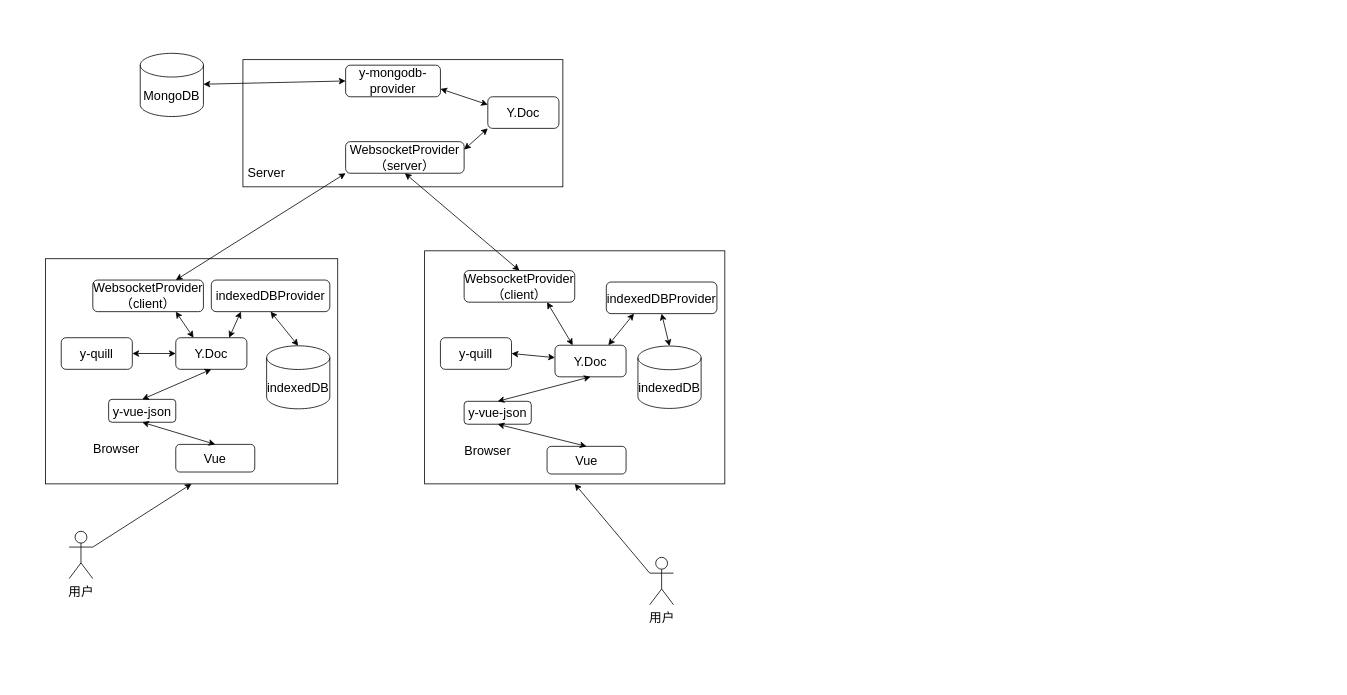
Before: 第四章/协同编辑概要设计.drawio in yuxinyu12345/diagrams, a draw.io diagram. Source tidied: cells renumbered, new cells numbered last; positions are measured from the earlier drawing's top-left corner, leaving out a move shared by most shapes. Both pictures are drawn from the tidied source at 79%, with x=0, y=0 at pixel (45, 53).
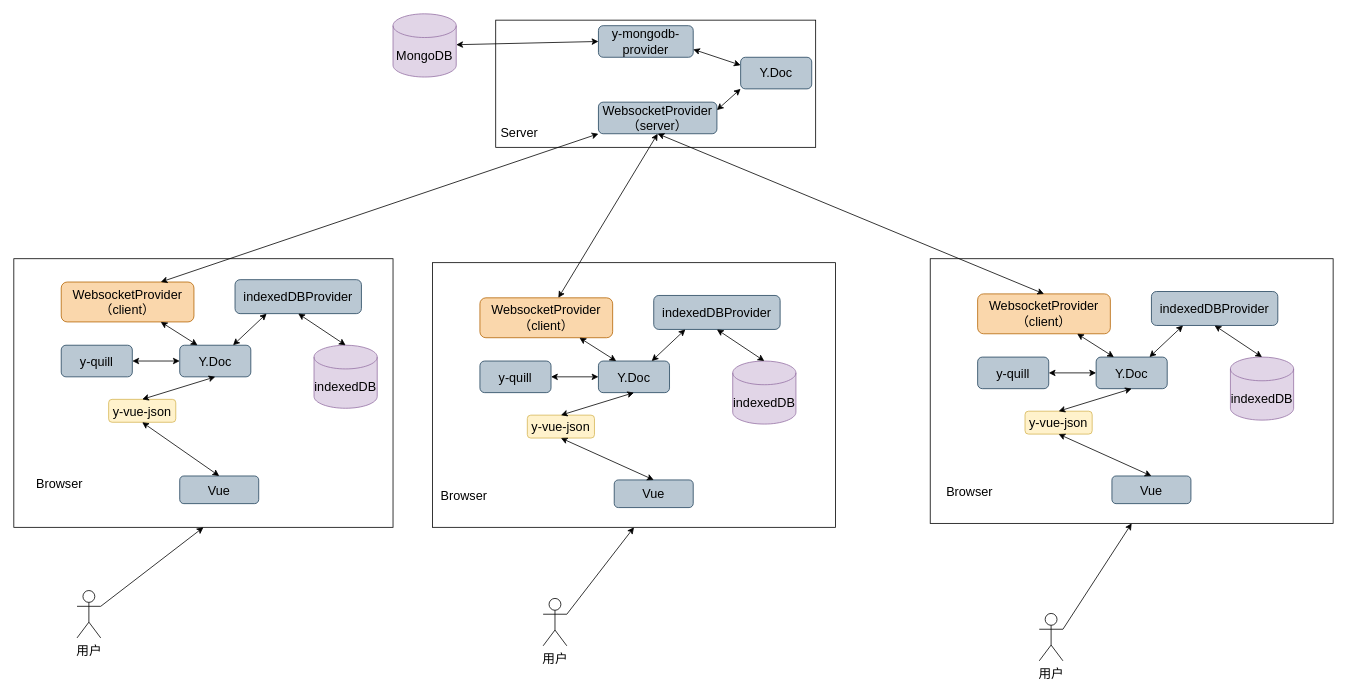
Above is the later version.

Commit message:
更新协同编辑概要设计.drawio

Diff of the diagram source:
```diff
@@
     <mxCell id="2" style="rounded=0;whiteSpace=wrap;html=1;fontSize=16;" parent="1" vertex="1">
-      <mxGeometry y="260" width="370" height="285" as="geometry" />
+      <mxGeometry x="-40" y="260" width="480" height="340" as="geometry" />
     </mxCell>
     <mxCell id="3" value="Browser" style="text;html=1;strokeColor=none;fillColor=none;align=center;verticalAlign=middle;whiteSpace=wrap;rounded=0;fontSize=16;" parent="1" vertex="1">
-      <mxGeometry x="60" y="485" width="60" height="30" as="geometry" />
+      <mxGeometry x="-12" y="530" width="60" height="30" as="geometry" />
     </mxCell>
     <mxCell id="4" value="用户" style="shape=umlActor;verticalLabelPosition=bottom;verticalAlign=top;html=1;outlineConnect=0;fontSize=16;" parent="1" vertex="1">
-      <mxGeometry x="30" y="605" width="30" height="60" as="geometry" />
+      <mxGeometry x="40" y="680" width="30" height="60" as="geometry" />
     </mxCell>
@@
-    <mxCell id="6" value="WebsocketProvider&lt;br style=&quot;font-size: 16px;&quot;&gt;（client）" style="rounded=1;whiteSpace=wrap;html=1;fontSize=16;" parent="1" vertex="1">
-      <mxGeometry x="60" y="287" width="140" height="40" as="geometry" />
+    <mxCell id="6" value="WebsocketProvider&lt;br style=&quot;font-size: 16px;&quot;&gt;（client）" style="rounded=1;whiteSpace=wrap;html=1;fontSize=16;fillColor=#fad7ac;strokeColor=#b46504;" parent="1" vertex="1">
+      <mxGeometry x="20" y="289.5" width="168" height="50.5" as="geometry" />
     </mxCell>
-    <mxCell id="7" value="Y.Doc" style="rounded=1;whiteSpace=wrap;html=1;fontSize=16;" parent="1" vertex="1">
-      <mxGeometry x="165" y="360" width="90" height="40" as="geometry" />
+    <mxCell id="7" value="Y.Doc" style="rounded=1;whiteSpace=wrap;html=1;fontSize=16;fillColor=#bac8d3;strokeColor=#23445d;" parent="1" vertex="1">
+      <mxGeometry x="170" y="369.5" width="90" height="40" as="geometry" />
     </mxCell>
-    <mxCell id="8" value="indexedDBProvider" style="rounded=1;whiteSpace=wrap;html=1;fontSize=16;" parent="1" vertex="1">
-      <mxGeometry x="210" y="287" width="150" height="40" as="geometry" />
+    <mxCell id="8" value="indexedDBProvider" style="rounded=1;whiteSpace=wrap;html=1;fontSize=16;fillColor=#bac8d3;strokeColor=#23445d;" parent="1" vertex="1">
+      <mxGeometry x="240" y="286.5" width="160" height="43" as="geometry" />
     </mxCell>
-    <mxCell id="9" value="indexedDB" style="shape=cylinder3;whiteSpace=wrap;html=1;boundedLbl=1;backgroundOutline=1;size=15;fontSize=16;" parent="1" vertex="1">
-      <mxGeometry x="280" y="370.2" width="80" height="79.8" as="geometry" />
+    <mxCell id="9" value="indexedDB" style="shape=cylinder3;whiteSpace=wrap;html=1;boundedLbl=1;backgroundOutline=1;size=15;fontSize=16;fillColor=#e1d5e7;strokeColor=#9673a6;" parent="1" vertex="1">
+      <mxGeometry x="340" y="369.5" width="80" height="79.8" as="geometry" />
     </mxCell>
@@
     <mxCell id="13" style="rounded=0;whiteSpace=wrap;html=1;fontSize=16;" parent="1" vertex="1">
-      <mxGeometry x="250" y="8" width="405" height="161" as="geometry" />
+      <mxGeometry x="570" y="-42" width="405" height="161" as="geometry" />
     </mxCell>
     <mxCell id="14" value="Server" style="text;html=1;strokeColor=none;fillColor=none;align=center;verticalAlign=middle;whiteSpace=wrap;rounded=0;fontSize=16;" parent="1" vertex="1">
-      <mxGeometry x="250" y="136.2" width="60" height="30" as="geometry" />
+      <mxGeometry x="570" y="86.2" width="60" height="30" as="geometry" />
     </mxCell>
-    <mxCell id="15" value="WebsocketProvider&lt;br style=&quot;border-color: var(--border-color); font-size: 16px;&quot;&gt;（server）" style="rounded=1;whiteSpace=wrap;html=1;fontSize=16;" parent="1" vertex="1">
-      <mxGeometry x="380" y="111.8" width="150" height="40" as="geometry" />
+    <mxCell id="15" value="WebsocketProvider&lt;br style=&quot;border-color: var(--border-color); font-size: 16px;&quot;&gt;（server）" style="rounded=1;whiteSpace=wrap;html=1;fontSize=16;fillColor=#bac8d3;strokeColor=#23445d;" parent="1" vertex="1">
+      <mxGeometry x="700" y="61.8" width="150" height="40" as="geometry" />
     </mxCell>
-    <mxCell id="16" value="Y.Doc" style="rounded=1;whiteSpace=wrap;html=1;fontSize=16;" parent="1" vertex="1">
-      <mxGeometry x="560" y="55" width="90" height="40" as="geometry" />
+    <mxCell id="16" value="Y.Doc" style="rounded=1;whiteSpace=wrap;html=1;fontSize=16;fillColor=#bac8d3;strokeColor=#23445d;" parent="1" vertex="1">
+      <mxGeometry x="880" y="5" width="90" height="40" as="geometry" />
     </mxCell>
-    <mxCell id="17" value="y-mongodb-provider" style="rounded=1;whiteSpace=wrap;html=1;fontSize=16;" parent="1" vertex="1">
-      <mxGeometry x="380" y="15" width="120" height="40" as="geometry" />
+    <mxCell id="17" value="y-mongodb-provider" style="rounded=1;whiteSpace=wrap;html=1;fontSize=16;fillColor=#bac8d3;strokeColor=#23445d;" parent="1" vertex="1">
+      <mxGeometry x="700" y="-35" width="120" height="40" as="geometry" />
     </mxCell>
@@
-    <mxCell id="21" style="rounded=0;whiteSpace=wrap;html=1;fontSize=16;" parent="1" vertex="1">
-      <mxGeometry x="480" y="250" width="380" height="295" as="geometry" />
-    </mxCell>
-    <mxCell id="22" style="endArrow=classic;startArrow=classic;html=1;rounded=0;exitX=0.5;exitY=0;exitDx=0;exitDy=0;entryX=0.5;entryY=1;entryDx=0;entryDy=0;fontSize=16;" parent="1" edge="1" source="32" target="15">
-      <mxGeometry relative="1" as="geometry" />
-    </mxCell>
-    <mxCell id="23" value="MongoDB" style="shape=cylinder3;whiteSpace=wrap;html=1;boundedLbl=1;backgroundOutline=1;size=15;fontSize=16;" parent="1" vertex="1">
-      <mxGeometry x="120" width="80" height="80" as="geometry" />
+    <mxCell id="23" value="MongoDB" style="shape=cylinder3;whiteSpace=wrap;html=1;boundedLbl=1;backgroundOutline=1;size=15;fontSize=16;fillColor=#e1d5e7;strokeColor=#9673a6;" parent="1" vertex="1">
+      <mxGeometry x="440" y="-50" width="80" height="80" as="geometry" />
     </mxCell>
@@
-    <mxCell id="25" value="Vue" style="rounded=1;whiteSpace=wrap;html=1;fontSize=16;" parent="1" vertex="1">
-      <mxGeometry x="165" y="495" width="100" height="35" as="geometry" />
+    <mxCell id="25" value="Vue" style="rounded=1;whiteSpace=wrap;html=1;fontSize=16;fillColor=#bac8d3;strokeColor=#23445d;" parent="1" vertex="1">
+      <mxGeometry x="170" y="535" width="100" height="35" as="geometry" />
     </mxCell>
-    <mxCell id="26" value="y-vue-json" style="rounded=1;whiteSpace=wrap;html=1;fontSize=16;" parent="1" vertex="1">
+    <mxCell id="26" value="y-vue-json" style="rounded=1;whiteSpace=wrap;html=1;fontSize=16;fillColor=#fff2cc;strokeColor=#d6b656;" parent="1" vertex="1">
       <mxGeometry x="80" y="438" width="85" height="29" as="geometry" />
     </mxCell>
@@
-    <mxCell id="29" value="Browser" style="text;html=1;strokeColor=none;fillColor=none;align=center;verticalAlign=middle;whiteSpace=wrap;rounded=0;fontSize=16;" parent="1" vertex="1">
-      <mxGeometry x="530" y="487.5" width="60" height="30" as="geometry" />
-    </mxCell>
-    <mxCell id="30" value="用户" style="shape=umlActor;verticalLabelPosition=bottom;verticalAlign=top;html=1;outlineConnect=0;fontSize=16;" parent="1" vertex="1">
-      <mxGeometry x="765" y="638" width="30" height="60" as="geometry" />
-    </mxCell>
-    <mxCell id="31" style="endArrow=classic;html=1;rounded=0;exitX=0;exitY=0.3333333333333333;exitDx=0;exitDy=0;exitPerimeter=0;entryX=0.5;entryY=1;entryDx=0;entryDy=0;fontSize=16;" parent="1" edge="1" source="30" target="21">
-      <mxGeometry relative="1" as="geometry" />
-    </mxCell>
-    <mxCell id="32" value="WebsocketProvider&lt;br style=&quot;font-size: 16px;&quot;&gt;（client）" style="rounded=1;whiteSpace=wrap;html=1;fontSize=16;" parent="1" vertex="1">
-      <mxGeometry x="530" y="275" width="140" height="40" as="geometry" />
-    </mxCell>
-    <mxCell id="33" value="Y.Doc" style="rounded=1;whiteSpace=wrap;html=1;fontSize=16;" parent="1" vertex="1">
-      <mxGeometry x="645" y="369.5" width="90" height="40" as="geometry" />
-    </mxCell>
-    <mxCell id="34" value="indexedDBProvider" style="rounded=1;whiteSpace=wrap;html=1;fontSize=16;" parent="1" vertex="1">
-      <mxGeometry x="710" y="289.5" width="140" height="40" as="geometry" />
-    </mxCell>
-    <mxCell id="35" value="indexedDB" style="shape=cylinder3;whiteSpace=wrap;html=1;boundedLbl=1;backgroundOutline=1;size=15;fontSize=16;" parent="1" vertex="1">
-      <mxGeometry x="750" y="370.5" width="80" height="79" as="geometry" />
-    </mxCell>
-    <mxCell id="36" style="endArrow=classic;startArrow=classic;html=1;rounded=0;exitX=0.5;exitY=0;exitDx=0;exitDy=0;exitPerimeter=0;entryX=0.5;entryY=1;entryDx=0;entryDy=0;fontSize=16;" parent="1" edge="1" source="35" target="34">
-      <mxGeometry relative="1" as="geometry" />
-    </mxCell>
-    <mxCell id="37" style="endArrow=classic;startArrow=classic;html=1;rounded=0;exitX=0.25;exitY=0;exitDx=0;exitDy=0;entryX=0.75;entryY=1;entryDx=0;entryDy=0;fontSize=16;" parent="1" edge="1" source="33" target="32">
-      <mxGeometry relative="1" as="geometry" />
-    </mxCell>
-    <mxCell id="38" style="endArrow=classic;startArrow=classic;html=1;rounded=0;exitX=0.75;exitY=0;exitDx=0;exitDy=0;entryX=0.25;entryY=1;entryDx=0;entryDy=0;fontSize=16;" parent="1" edge="1" source="33" target="34">
-      <mxGeometry relative="1" as="geometry" />
-    </mxCell>
-    <mxCell id="39" value="Vue" style="rounded=1;whiteSpace=wrap;html=1;fontSize=16;" parent="1" vertex="1">
-      <mxGeometry x="635" y="497.5" width="100" height="35" as="geometry" />
-    </mxCell>
-    <mxCell id="40" value="y-vue-json" style="rounded=1;whiteSpace=wrap;html=1;fontSize=16;" parent="1" vertex="1">
-      <mxGeometry x="530" y="440.5" width="85" height="29" as="geometry" />
-    </mxCell>
-    <mxCell id="41" style="endArrow=classic;startArrow=classic;html=1;rounded=0;exitX=0.5;exitY=0;exitDx=0;exitDy=0;entryX=0.5;entryY=1;entryDx=0;entryDy=0;fontSize=16;" parent="1" edge="1" source="40" target="33">
-      <mxGeometry relative="1" as="geometry" />
-    </mxCell>
-    <mxCell id="42" style="endArrow=classic;startArrow=classic;html=1;rounded=0;exitX=0.5;exitY=1;exitDx=0;exitDy=0;entryX=0.5;entryY=0;entryDx=0;entryDy=0;fontSize=16;" parent="1" edge="1" source="40" target="39">
-      <mxGeometry relative="1" as="geometry" />
-    </mxCell>
-    <mxCell id="43" value="y-quill" style="rounded=1;whiteSpace=wrap;html=1;fontSize=16;" parent="1" vertex="1">
-      <mxGeometry x="20" y="360" width="90" height="40" as="geometry" />
+    <mxCell id="43" value="y-quill" style="rounded=1;whiteSpace=wrap;html=1;fontSize=16;fillColor=#bac8d3;strokeColor=#23445d;" parent="1" vertex="1">
+      <mxGeometry x="20" y="369.5" width="90" height="40" as="geometry" />
     </mxCell>
@@
-    <mxCell id="45" value="y-quill" style="rounded=1;whiteSpace=wrap;html=1;fontSize=16;" parent="1" vertex="1">
-      <mxGeometry x="500" y="360" width="90" height="40" as="geometry" />
-    </mxCell>
-    <mxCell id="46" style="endArrow=classic;startArrow=classic;html=1;rounded=0;entryX=1;entryY=0.5;entryDx=0;entryDy=0;fontSize=16;" parent="1" edge="1" source="33" target="45">
-      <mxGeometry relative="1" as="geometry" />
-    </mxCell>
+    <mxCell id="47" style="rounded=0;whiteSpace=wrap;html=1;fontSize=16;" parent="1" vertex="1">
+      <mxGeometry x="490" y="265" width="510" height="335" as="geometry" />
+    </mxCell>
+    <mxCell id="48" value="Browser" style="text;html=1;strokeColor=none;fillColor=none;align=center;verticalAlign=middle;whiteSpace=wrap;rounded=0;fontSize=16;" parent="1" vertex="1">
+      <mxGeometry x="500" y="545" width="60" height="30" as="geometry" />
+    </mxCell>
+    <mxCell id="49" value="用户" style="shape=umlActor;verticalLabelPosition=bottom;verticalAlign=top;html=1;outlineConnect=0;fontSize=16;" parent="1" vertex="1">
+      <mxGeometry x="630" y="690" width="30" height="60" as="geometry" />
+    </mxCell>
+    <mxCell id="50" style="endArrow=classic;html=1;rounded=0;entryX=0.5;entryY=1;entryDx=0;entryDy=0;fontSize=16;exitX=1;exitY=0.3333333333333333;exitDx=0;exitDy=0;exitPerimeter=0;" parent="1" edge="1" source="49" target="47">
+      <mxGeometry relative="1" as="geometry" />
+    </mxCell>
+    <mxCell id="51" value="WebsocketProvider&lt;br style=&quot;font-size: 16px;&quot;&gt;（client）" style="rounded=1;whiteSpace=wrap;html=1;fontSize=16;fillColor=#fad7ac;strokeColor=#b46504;" parent="1" vertex="1">
+      <mxGeometry x="550" y="309.5" width="168" height="50.5" as="geometry" />
+    </mxCell>
+    <mxCell id="52" value="Y.Doc" style="rounded=1;whiteSpace=wrap;html=1;fontSize=16;fillColor=#bac8d3;strokeColor=#23445d;" parent="1" vertex="1">
+      <mxGeometry x="700" y="389.5" width="90" height="40" as="geometry" />
+    </mxCell>
+    <mxCell id="53" value="indexedDBProvider" style="rounded=1;whiteSpace=wrap;html=1;fontSize=16;fillColor=#bac8d3;strokeColor=#23445d;" parent="1" vertex="1">
+      <mxGeometry x="770" y="306.5" width="160" height="43" as="geometry" />
+    </mxCell>
+    <mxCell id="54" value="indexedDB" style="shape=cylinder3;whiteSpace=wrap;html=1;boundedLbl=1;backgroundOutline=1;size=15;fontSize=16;fillColor=#e1d5e7;strokeColor=#9673a6;" parent="1" vertex="1">
+      <mxGeometry x="870" y="389.5" width="80" height="79.8" as="geometry" />
+    </mxCell>
+    <mxCell id="55" style="endArrow=classic;startArrow=classic;html=1;rounded=0;exitX=0.5;exitY=0;exitDx=0;exitDy=0;exitPerimeter=0;entryX=0.5;entryY=1;entryDx=0;entryDy=0;fontSize=16;" parent="1" edge="1" source="54" target="53">
+      <mxGeometry relative="1" as="geometry" />
+    </mxCell>
+    <mxCell id="56" style="endArrow=classic;startArrow=classic;html=1;rounded=0;exitX=0.25;exitY=0;exitDx=0;exitDy=0;entryX=0.75;entryY=1;entryDx=0;entryDy=0;fontSize=16;" parent="1" edge="1" source="52" target="51">
+      <mxGeometry relative="1" as="geometry" />
+    </mxCell>
+    <mxCell id="57" style="endArrow=classic;startArrow=classic;html=1;rounded=0;exitX=0.75;exitY=0;exitDx=0;exitDy=0;entryX=0.25;entryY=1;entryDx=0;entryDy=0;fontSize=16;" parent="1" edge="1" source="52" target="53">
+      <mxGeometry relative="1" as="geometry" />
+    </mxCell>
+    <mxCell id="58" value="Vue" style="rounded=1;whiteSpace=wrap;html=1;fontSize=16;fillColor=#bac8d3;strokeColor=#23445d;" parent="1" vertex="1">
+      <mxGeometry x="720" y="540" width="100" height="35" as="geometry" />
+    </mxCell>
+    <mxCell id="59" value="y-vue-json" style="rounded=1;whiteSpace=wrap;html=1;fontSize=16;fillColor=#fff2cc;strokeColor=#d6b656;" parent="1" vertex="1">
+      <mxGeometry x="610" y="458" width="85" height="29" as="geometry" />
+    </mxCell>
+    <mxCell id="60" style="endArrow=classic;startArrow=classic;html=1;rounded=0;exitX=0.5;exitY=0;exitDx=0;exitDy=0;entryX=0.5;entryY=1;entryDx=0;entryDy=0;fontSize=16;" parent="1" edge="1" source="59" target="52">
+      <mxGeometry relative="1" as="geometry" />
+    </mxCell>
+    <mxCell id="61" style="endArrow=classic;startArrow=classic;html=1;rounded=0;exitX=0.5;exitY=1;exitDx=0;exitDy=0;entryX=0.5;entryY=0;entryDx=0;entryDy=0;fontSize=16;" parent="1" edge="1" source="59" target="58">
+      <mxGeometry relative="1" as="geometry" />
+    </mxCell>
+    <mxCell id="62" value="y-quill" style="rounded=1;whiteSpace=wrap;html=1;fontSize=16;fillColor=#bac8d3;strokeColor=#23445d;" parent="1" vertex="1">
+      <mxGeometry x="550" y="389.5" width="90" height="40" as="geometry" />
+    </mxCell>
+    <mxCell id="63" style="endArrow=classic;startArrow=classic;html=1;rounded=0;entryX=1;entryY=0.5;entryDx=0;entryDy=0;fontSize=16;" parent="1" edge="1" source="52" target="62">
+      <mxGeometry relative="1" as="geometry" />
+    </mxCell>
+    <mxCell id="64" style="endArrow=classic;startArrow=classic;html=1;rounded=0;entryX=0.5;entryY=1;entryDx=0;entryDy=0;fontSize=16;" parent="1" edge="1" source="51" target="15">
+      <mxGeometry relative="1" as="geometry" />
+    </mxCell>
+    <mxCell id="65" style="rounded=0;whiteSpace=wrap;html=1;fontSize=16;" parent="1" vertex="1">
+      <mxGeometry x="1120" y="260" width="510" height="335" as="geometry" />
+    </mxCell>
+    <mxCell id="66" value="Browser" style="text;html=1;strokeColor=none;fillColor=none;align=center;verticalAlign=middle;whiteSpace=wrap;rounded=0;fontSize=16;" parent="1" vertex="1">
+      <mxGeometry x="1140" y="540" width="60" height="30" as="geometry" />
+    </mxCell>
+    <mxCell id="67" value="用户" style="shape=umlActor;verticalLabelPosition=bottom;verticalAlign=top;html=1;outlineConnect=0;fontSize=16;" parent="1" vertex="1">
+      <mxGeometry x="1258" y="709" width="30" height="60" as="geometry" />
+    </mxCell>
+    <mxCell id="68" style="endArrow=classic;html=1;rounded=0;exitX=1;exitY=0.3333333333333333;exitDx=0;exitDy=0;exitPerimeter=0;entryX=0.5;entryY=1;entryDx=0;entryDy=0;fontSize=16;" parent="1" edge="1" source="67" target="65">
+      <mxGeometry relative="1" as="geometry" />
+    </mxCell>
+    <mxCell id="69" value="WebsocketProvider&lt;br style=&quot;font-size: 16px;&quot;&gt;（client）" style="rounded=1;whiteSpace=wrap;html=1;fontSize=16;fillColor=#fad7ac;strokeColor=#b46504;" parent="1" vertex="1">
+      <mxGeometry x="1180" y="304.5" width="168" height="50.5" as="geometry" />
+    </mxCell>
+    <mxCell id="70" value="Y.Doc" style="rounded=1;whiteSpace=wrap;html=1;fontSize=16;fillColor=#bac8d3;strokeColor=#23445d;" parent="1" vertex="1">
+      <mxGeometry x="1330" y="384.5" width="90" height="40" as="geometry" />
+    </mxCell>
+    <mxCell id="71" value="indexedDBProvider" style="rounded=1;whiteSpace=wrap;html=1;fontSize=16;fillColor=#bac8d3;strokeColor=#23445d;" parent="1" vertex="1">
+      <mxGeometry x="1400" y="301.5" width="160" height="43" as="geometry" />
+    </mxCell>
+    <mxCell id="72" value="indexedDB" style="shape=cylinder3;whiteSpace=wrap;html=1;boundedLbl=1;backgroundOutline=1;size=15;fontSize=16;fillColor=#e1d5e7;strokeColor=#9673a6;" parent="1" vertex="1">
+      <mxGeometry x="1500" y="384.5" width="80" height="79.8" as="geometry" />
+    </mxCell>
+    <mxCell id="73" style="endArrow=classic;startArrow=classic;html=1;rounded=0;exitX=0.5;exitY=0;exitDx=0;exitDy=0;exitPerimeter=0;entryX=0.5;entryY=1;entryDx=0;entryDy=0;fontSize=16;" parent="1" edge="1" source="72" target="71">
+      <mxGeometry relative="1" as="geometry" />
+    </mxCell>
+    <mxCell id="74" style="endArrow=classic;startArrow=classic;html=1;rounded=0;exitX=0.25;exitY=0;exitDx=0;exitDy=0;entryX=0.75;entryY=1;entryDx=0;entryDy=0;fontSize=16;" parent="1" edge="1" source="70" target="69">
+      <mxGeometry relative="1" as="geometry" />
+    </mxCell>
+    <mxCell id="75" style="endArrow=classic;startArrow=classic;html=1;rounded=0;exitX=0.75;exitY=0;exitDx=0;exitDy=0;entryX=0.25;entryY=1;entryDx=0;entryDy=0;fontSize=16;" parent="1" edge="1" source="70" target="71">
+      <mxGeometry relative="1" as="geometry" />
+    </mxCell>
+    <mxCell id="76" value="Vue" style="rounded=1;whiteSpace=wrap;html=1;fontSize=16;fillColor=#bac8d3;strokeColor=#23445d;" parent="1" vertex="1">
+      <mxGeometry x="1350" y="535" width="100" height="35" as="geometry" />
+    </mxCell>
+    <mxCell id="77" value="y-vue-json" style="rounded=1;whiteSpace=wrap;html=1;fontSize=16;fillColor=#fff2cc;strokeColor=#d6b656;" parent="1" vertex="1">
+      <mxGeometry x="1240" y="453" width="85" height="29" as="geometry" />
+    </mxCell>
+    <mxCell id="78" style="endArrow=classic;startArrow=classic;html=1;rounded=0;exitX=0.5;exitY=0;exitDx=0;exitDy=0;entryX=0.5;entryY=1;entryDx=0;entryDy=0;fontSize=16;" parent="1" edge="1" source="77" target="70">
+      <mxGeometry relative="1" as="geometry" />
+    </mxCell>
+    <mxCell id="79" style="endArrow=classic;startArrow=classic;html=1;rounded=0;exitX=0.5;exitY=1;exitDx=0;exitDy=0;entryX=0.5;entryY=0;entryDx=0;entryDy=0;fontSize=16;" parent="1" edge="1" source="77" target="76">
+      <mxGeometry relative="1" as="geometry" />
+    </mxCell>
+    <mxCell id="80" value="y-quill" style="rounded=1;whiteSpace=wrap;html=1;fontSize=16;fillColor=#bac8d3;strokeColor=#23445d;" parent="1" vertex="1">
+      <mxGeometry x="1180" y="384.5" width="90" height="40" as="geometry" />
+    </mxCell>
+    <mxCell id="81" style="endArrow=classic;startArrow=classic;html=1;rounded=0;entryX=1;entryY=0.5;entryDx=0;entryDy=0;fontSize=16;" parent="1" edge="1" source="70" target="80">
+      <mxGeometry relative="1" as="geometry" />
+    </mxCell>
+    <mxCell id="82" style="endArrow=classic;startArrow=classic;html=1;rounded=0;entryX=0.5;entryY=1;entryDx=0;entryDy=0;fontSize=16;exitX=0.5;exitY=0;exitDx=0;exitDy=0;" parent="1" edge="1" source="69" target="15">
+      <mxGeometry relative="1" as="geometry" />
+    </mxCell>
```
